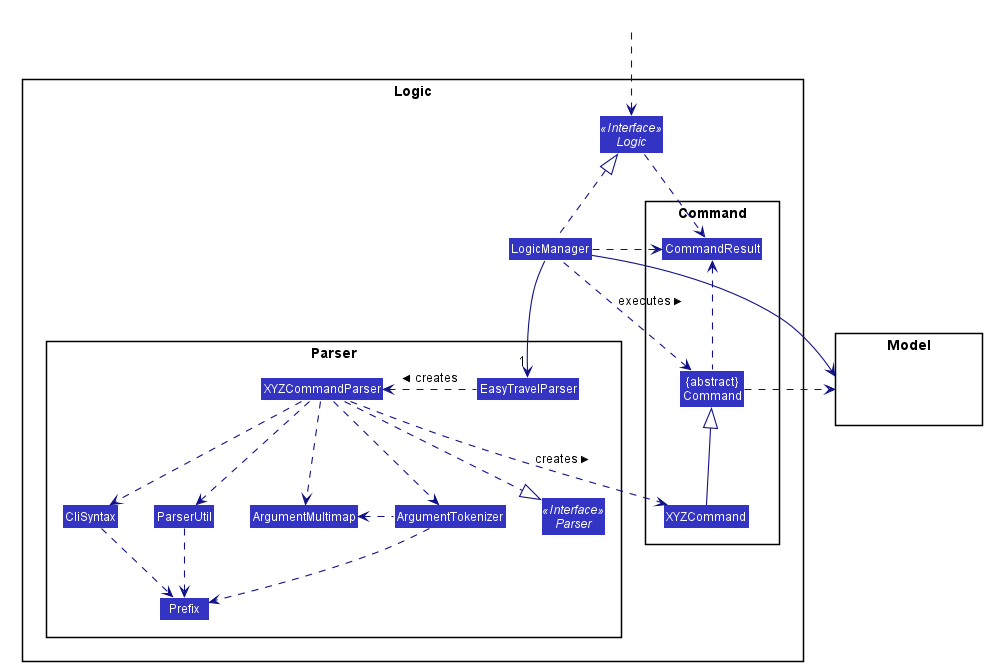
This is docs/images/LogicClassDiagram.png from zenatrick/main, a PlantUML export, as it was before one commit. Source of this version:
```plantuml
@startuml









skinparam BackgroundColor #FFFFFFF

skinparam Shadowing false

skinparam Class {
    FontColor #FFFFFF
    BorderThickness 1
    BorderColor #FFFFFF
    StereotypeFontColor #FFFFFF
    FontName Arial
}

skinparam Actor {
    BorderColor #000000
    Color #000000
    FontName Arial
}

skinparam Sequence {
    MessageAlign center
    BoxFontSize 15
    BoxPadding 0
    BoxFontColor #FFFFFF
    FontName Arial
}

skinparam Participant {
    FontColor #FFFFFFF
    Padding 20
}

skinparam MinClassWidth 50
skinparam ParticipantPadding 10
skinparam Shadowing false
skinparam DefaultTextAlignment center
skinparam packageStyle Rectangle

hide footbox
hide members
hide circle
skinparam arrowThickness 1.1
skinparam arrowColor #101086
skinparam classBackgroundColor #3333C4

package Logic {

package Parser {
Interface Parser <<Interface>>
Class EasyTravelParser
Class XYZCommandParser
Class CliSyntax
Class ParserUtil
Class ArgumentMultimap
Class ArgumentTokenizer
Class Prefix
}

package Command {
Class XYZCommand
Class CommandResult
Class "{abstract}\nCommand" as Command
}

Interface Logic <<Interface>>
Class LogicManager
}

package Model{
Class HiddenModel #FFFFFF
}

Class HiddenOutside #FFFFFF
HiddenOutside ..> Logic

LogicManager .up.|> Logic
LogicManager -->"1" EasyTravelParser
EasyTravelParser .left.> XYZCommandParser: creates >

XYZCommandParser ..> XYZCommand : creates >
XYZCommandParser ..|> Parser
XYZCommandParser ..> ArgumentMultimap
XYZCommandParser ..> ArgumentTokenizer
ArgumentTokenizer .left.> ArgumentMultimap
XYZCommandParser ..> CliSyntax
CliSyntax ..> Prefix
XYZCommandParser ..> ParserUtil
ParserUtil .down.> Prefix
ArgumentTokenizer .down.> Prefix
XYZCommand -up-|> Command
LogicManager .left.> Command : executes >

LogicManager --> Model
Command .right.> Model

Logic ..> CommandResult
LogicManager .down.> CommandResult
Command .up.> CommandResult
CommandResult -[hidden]-> Parser
@enduml
```
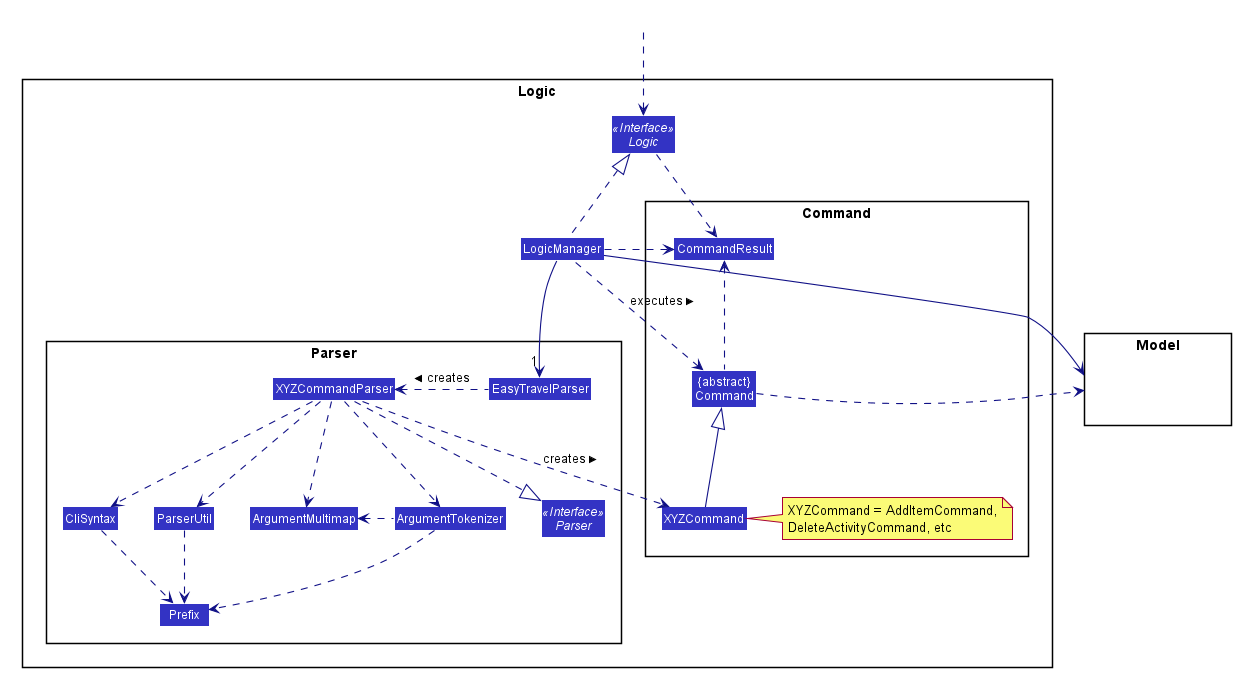
After the commit.

Change to the diagram source:
```diff
@@ -67,6 +67,7 @@
 
 package Command {
 Class XYZCommand
+note right of XYZCommand: XYZCommand = AddItemCommand,\nDeleteActivityCommand, etc
 Class CommandResult
 Class "{abstract}\nCommand" as Command
 }
```
